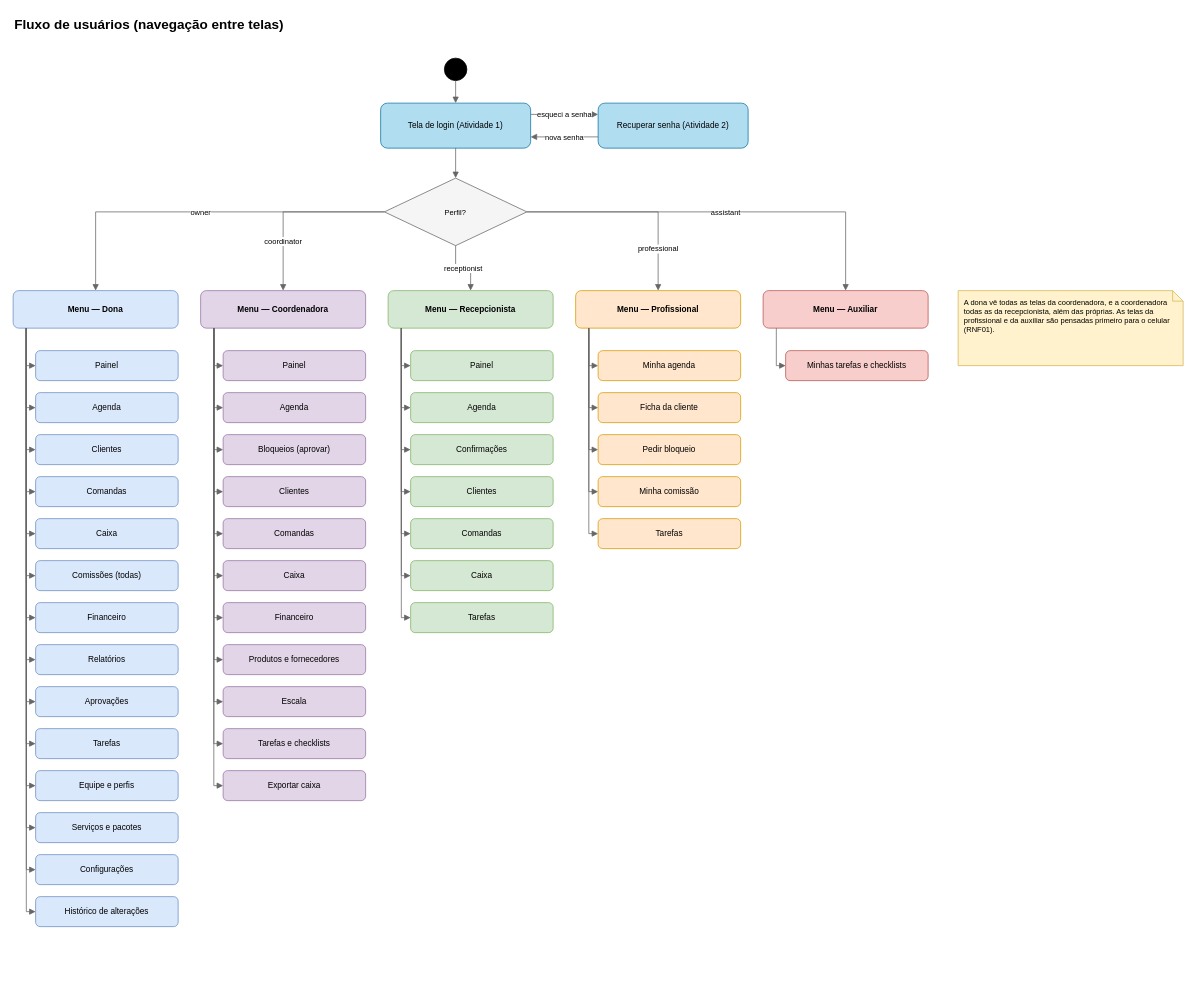
Earlier version of the draw.io diagram page "Fluxo de usuários" (4 of 17) of docs/domain/domain.drawio (vitrolagg/glowfy). Source tidied: cells renumbered, new cells numbered last; positions are measured from the earlier drawing's top-left corner, leaving out a move shared by most shapes. Both pictures are drawn from the tidied source at 75%, with x=0, y=0 at pixel (13, 13).
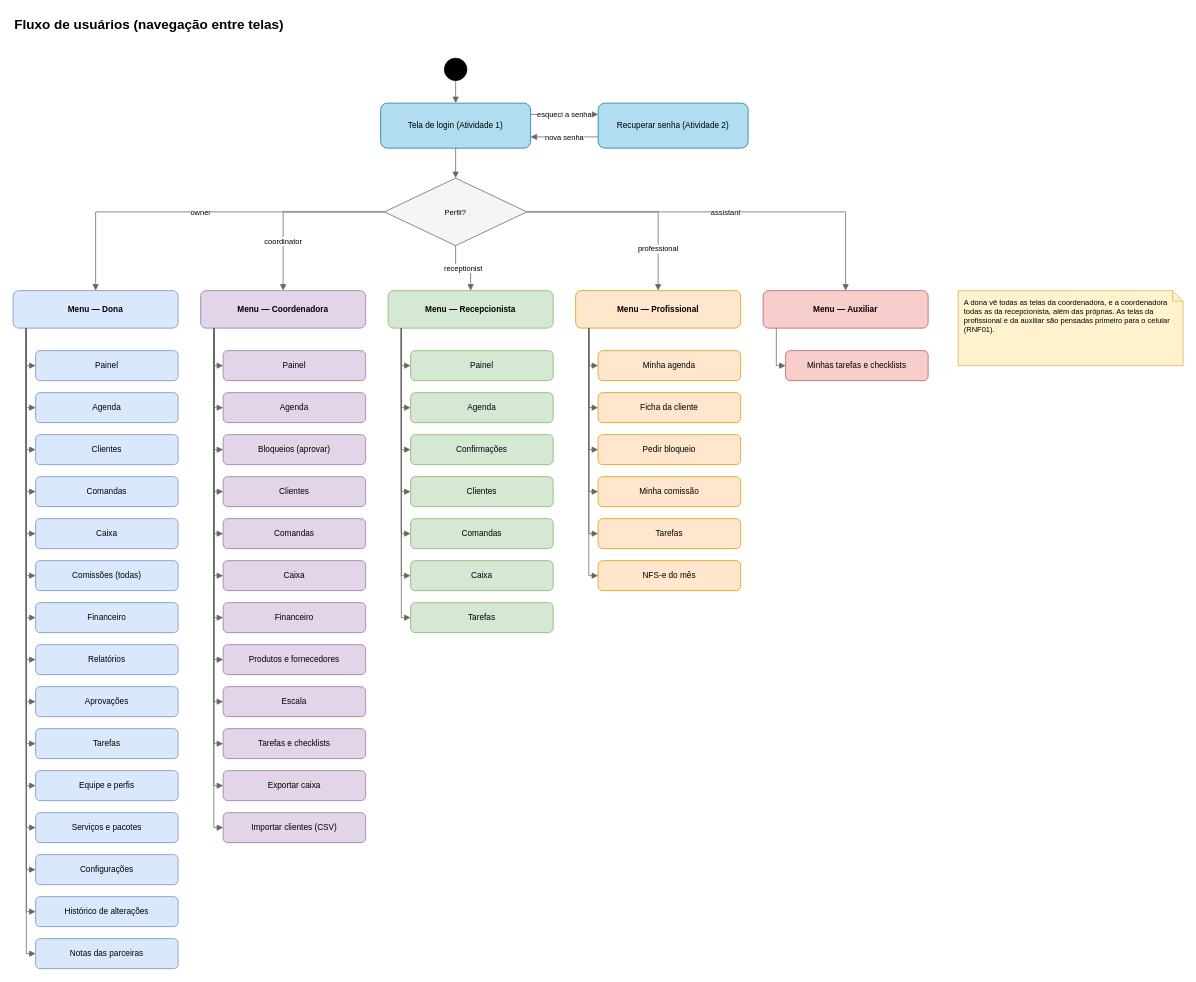
After the change.

The change refers to these unchanged cells:
```xml
<mxCell id="11" value="&lt;b&gt;Menu — Dona&lt;/b&gt;" style="rounded=1;whiteSpace=wrap;html=1;fillColor=#dae8fc;strokeColor=#6c8ebf;fontSize=11;" parent="1" vertex="1">
  <mxGeometry y="370" width="220" height="50" as="geometry" />
</mxCell>
<mxCell id="41" value="&lt;b&gt;Menu — Coordenadora&lt;/b&gt;" style="rounded=1;whiteSpace=wrap;html=1;fillColor=#e1d5e7;strokeColor=#9673a6;fontSize=11;" parent="1" vertex="1">
  <mxGeometry x="250" y="370" width="220" height="50" as="geometry" />
</mxCell>
<mxCell id="81" value="&lt;b&gt;Menu — Profissional&lt;/b&gt;" style="rounded=1;whiteSpace=wrap;html=1;fillColor=#ffe6cc;strokeColor=#d79b00;fontSize=11;" parent="1" vertex="1">
  <mxGeometry x="750" y="370" width="220" height="50" as="geometry" />
</mxCell>
```

Change to the diagram source:
```diff
@@
+    <mxCell id="98" value="Importar clientes (CSV)" style="rounded=1;whiteSpace=wrap;html=1;fillColor=#e1d5e7;strokeColor=#9673a6;fontSize=11;" parent="1" vertex="1">
+      <mxGeometry x="280" y="1066" width="190" height="40" as="geometry" />
+    </mxCell>
+    <mxCell id="99" style="edgeStyle=orthogonalEdgeStyle;rounded=0;html=1;endArrow=block;strokeColor=#666666;fontSize=10;labelBackgroundColor=#ffffff;exitX=0.08;exitY=1;exitDx=0;exitDy=0;entryX=0;entryY=0.5;entryDx=0;entryDy=0;" parent="1" edge="1" source="41" target="98">
+      <mxGeometry relative="1" as="geometry" />
+    </mxCell>
+    <mxCell id="100" value="NFS-e do mês" style="rounded=1;whiteSpace=wrap;html=1;fillColor=#ffe6cc;strokeColor=#d79b00;fontSize=11;" parent="1" vertex="1">
+      <mxGeometry x="780" y="730" width="190" height="40" as="geometry" />
+    </mxCell>
+    <mxCell id="101" style="edgeStyle=orthogonalEdgeStyle;rounded=0;html=1;endArrow=block;strokeColor=#666666;fontSize=10;labelBackgroundColor=#ffffff;exitX=0.08;exitY=1;exitDx=0;exitDy=0;entryX=0;entryY=0.5;entryDx=0;entryDy=0;" parent="1" edge="1" source="81" target="100">
+      <mxGeometry relative="1" as="geometry" />
+    </mxCell>
+    <mxCell id="102" value="Notas das parceiras" style="rounded=1;whiteSpace=wrap;html=1;fillColor=#dae8fc;strokeColor=#6c8ebf;fontSize=11;" parent="1" vertex="1">
+      <mxGeometry x="30" y="1234" width="190" height="40" as="geometry" />
+    </mxCell>
+    <mxCell id="103" style="edgeStyle=orthogonalEdgeStyle;rounded=0;html=1;endArrow=block;strokeColor=#666666;fontSize=10;labelBackgroundColor=#ffffff;exitX=0.08;exitY=1;exitDx=0;exitDy=0;entryX=0;entryY=0.5;entryDx=0;entryDy=0;" parent="1" edge="1" source="11" target="102">
+      <mxGeometry relative="1" as="geometry" />
+    </mxCell>
```
